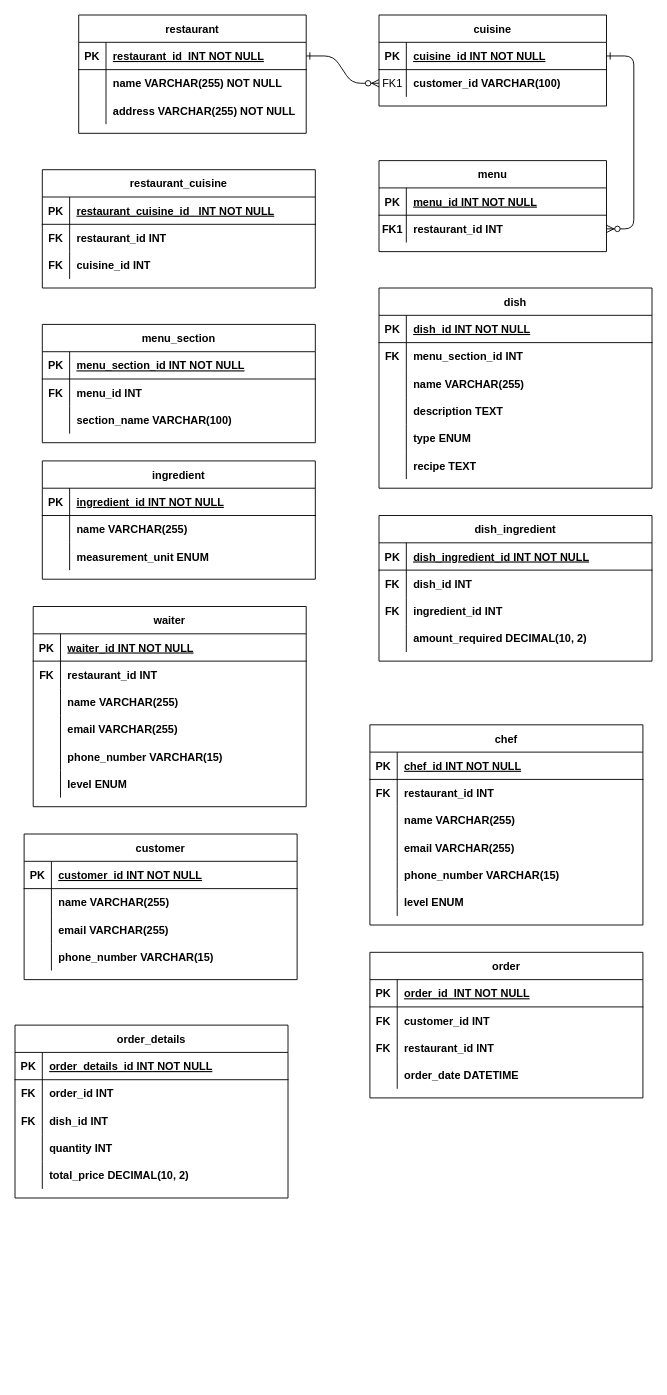
Before: Restaurant-Management-System-Schema.drawio in geeky-sanjay/class-diagrams, a draw.io diagram. Source tidied: cells renumbered, new cells numbered last; positions are measured from the earlier drawing's top-left corner, leaving out a move shared by most shapes. Both pictures are drawn from the tidied source at 91%, with x=0, y=0 at pixel (15, 15).
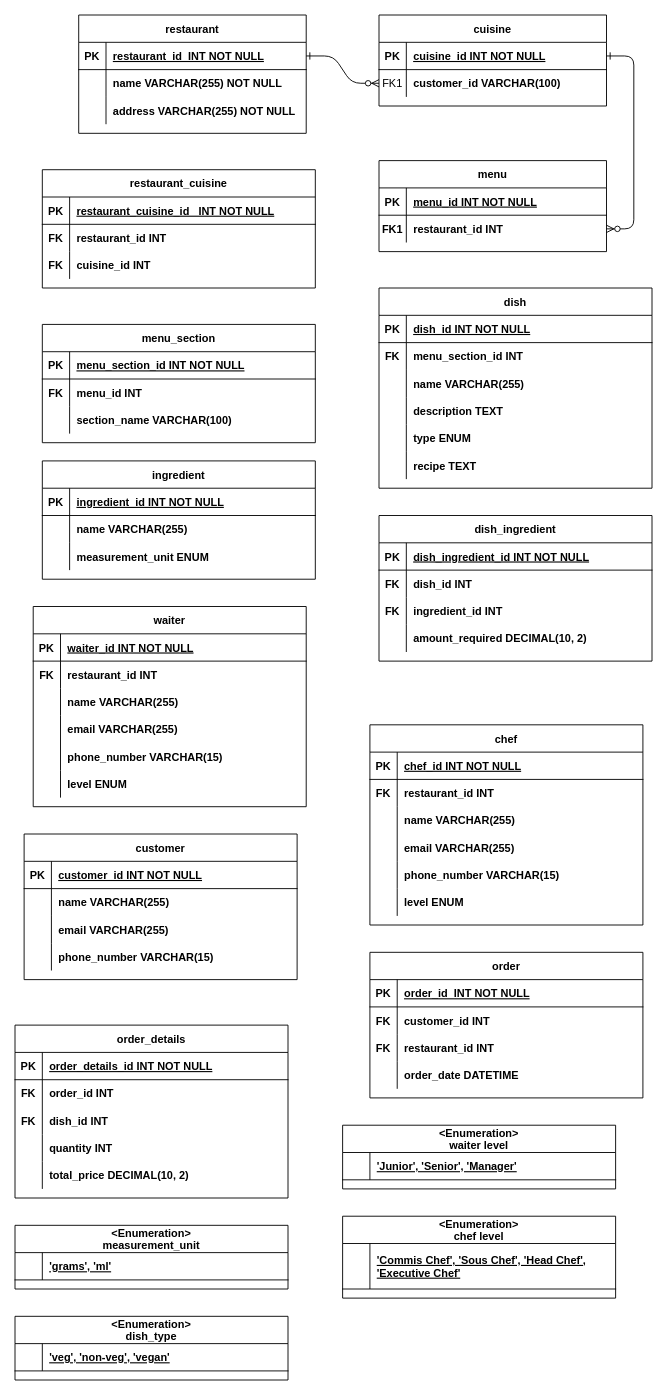
After the change.

The edit, as a diff of the source:
```diff
@@
+    <mxCell id="170" value="&lt;Enumeration&gt;&#10;waiter level" style="shape=table;startSize=30;childLayout=tableLayout;rowLines=0;fontStyle=1;align=center;" parent="1" vertex="1">
+      <mxGeometry x="360" y="1220" width="300" height="70" as="geometry" />
+    </mxCell>
+    <mxCell id="171" style="shape=partialRectangle;fillColor=none;top=0;left=0;right=0;bottom=1;" parent="170" vertex="1">
+      <mxGeometry y="30" width="300" height="30" as="geometry" />
+    </mxCell>
+    <mxCell id="172" style="shape=partialRectangle;overflow=hidden;fillColor=none;top=0;left=0;bottom=0;right=0;fontStyle=1;" parent="171" vertex="1">
+      <mxGeometry width="30" height="30" as="geometry" />
+    </mxCell>
+    <mxCell id="173" value="'Junior', 'Senior', 'Manager' " style="shape=partialRectangle;overflow=hidden;fillColor=none;top=0;left=0;bottom=0;right=0;align=left;spacingLeft=6;fontStyle=5;" parent="171" vertex="1">
+      <mxGeometry x="30" width="270" height="30" as="geometry" />
+    </mxCell>
+    <mxCell id="174" value="&lt;Enumeration&gt;&#10;chef level" style="shape=table;startSize=30;childLayout=tableLayout;rowLines=0;fontStyle=1;align=center;" parent="1" vertex="1">
+      <mxGeometry x="360" y="1320" width="300" height="90" as="geometry" />
+    </mxCell>
+    <mxCell id="175" style="shape=partialRectangle;fillColor=none;top=0;left=0;right=0;bottom=1;" parent="174" vertex="1">
+      <mxGeometry y="30" width="300" height="50" as="geometry" />
+    </mxCell>
+    <mxCell id="176" style="shape=partialRectangle;overflow=hidden;fillColor=none;top=0;left=0;bottom=0;right=0;fontStyle=1;" parent="175" vertex="1">
+      <mxGeometry width="30" height="50" as="geometry" />
+    </mxCell>
+    <mxCell id="177" value="'Commis Chef', 'Sous Chef', 'Head Chef', &#10;'Executive Chef' " style="shape=partialRectangle;overflow=hidden;fillColor=none;top=0;left=0;bottom=0;right=0;align=left;spacingLeft=6;fontStyle=5;" parent="175" vertex="1">
+      <mxGeometry x="30" width="270" height="50" as="geometry" />
+    </mxCell>
+    <mxCell id="178" value="&lt;Enumeration&gt;&#10;measurement_unit" style="shape=table;startSize=30;childLayout=tableLayout;rowLines=0;fontStyle=1;align=center;" parent="1" vertex="1">
+      <mxGeometry y="1330" width="300" height="70" as="geometry" />
+    </mxCell>
+    <mxCell id="179" style="shape=partialRectangle;fillColor=none;top=0;left=0;right=0;bottom=1;" parent="178" vertex="1">
+      <mxGeometry y="30" width="300" height="30" as="geometry" />
+    </mxCell>
+    <mxCell id="180" style="shape=partialRectangle;overflow=hidden;fillColor=none;top=0;left=0;bottom=0;right=0;fontStyle=1;" parent="179" vertex="1">
+      <mxGeometry width="30" height="30" as="geometry" />
+    </mxCell>
+    <mxCell id="181" value="'grams', 'ml' " style="shape=partialRectangle;overflow=hidden;fillColor=none;top=0;left=0;bottom=0;right=0;align=left;spacingLeft=6;fontStyle=5;" parent="179" vertex="1">
+      <mxGeometry x="30" width="270" height="30" as="geometry" />
+    </mxCell>
+    <mxCell id="182" value="&lt;Enumeration&gt;&#10;dish_type" style="shape=table;startSize=30;childLayout=tableLayout;rowLines=0;fontStyle=1;align=center;" parent="1" vertex="1">
+      <mxGeometry y="1430" width="300" height="70" as="geometry" />
+    </mxCell>
+    <mxCell id="183" style="shape=partialRectangle;fillColor=none;top=0;left=0;right=0;bottom=1;" parent="182" vertex="1">
+      <mxGeometry y="30" width="300" height="30" as="geometry" />
+    </mxCell>
+    <mxCell id="184" style="shape=partialRectangle;overflow=hidden;fillColor=none;top=0;left=0;bottom=0;right=0;fontStyle=1;" parent="183" vertex="1">
+      <mxGeometry width="30" height="30" as="geometry" />
+    </mxCell>
+    <mxCell id="185" value="'veg', 'non-veg', 'vegan' " style="shape=partialRectangle;overflow=hidden;fillColor=none;top=0;left=0;bottom=0;right=0;align=left;spacingLeft=6;fontStyle=5;" parent="183" vertex="1">
+      <mxGeometry x="30" width="270" height="30" as="geometry" />
+    </mxCell>
```
